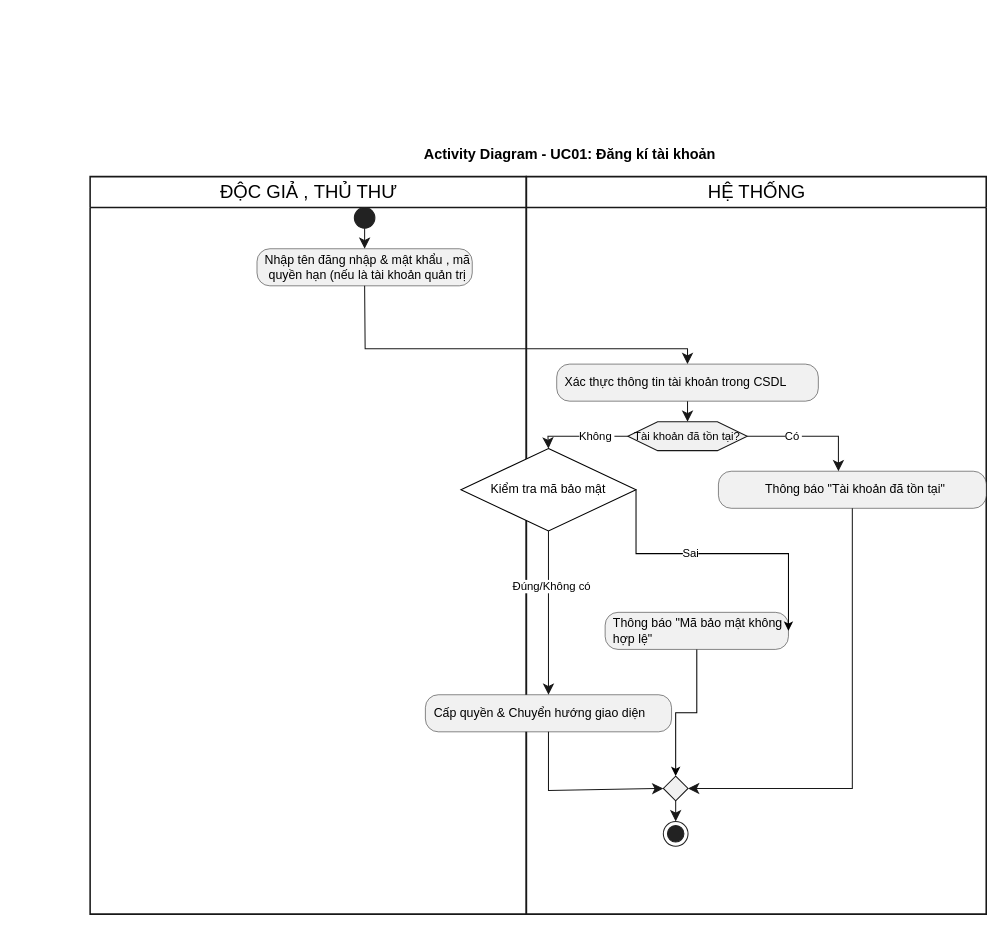
Before: page "uc1" (1 of 8) of LAB_OOSD/LAB2/Activity.drawio in NamHuynh147/OOSD, a draw.io diagram. Source tidied: cells renumbered, new cells numbered last; positions are measured from the earlier drawing's top-left corner, leaving out a move shared by most shapes. Both pictures are drawn from the tidied source at 103%, with x=0, y=0 at pixel (18, 18).
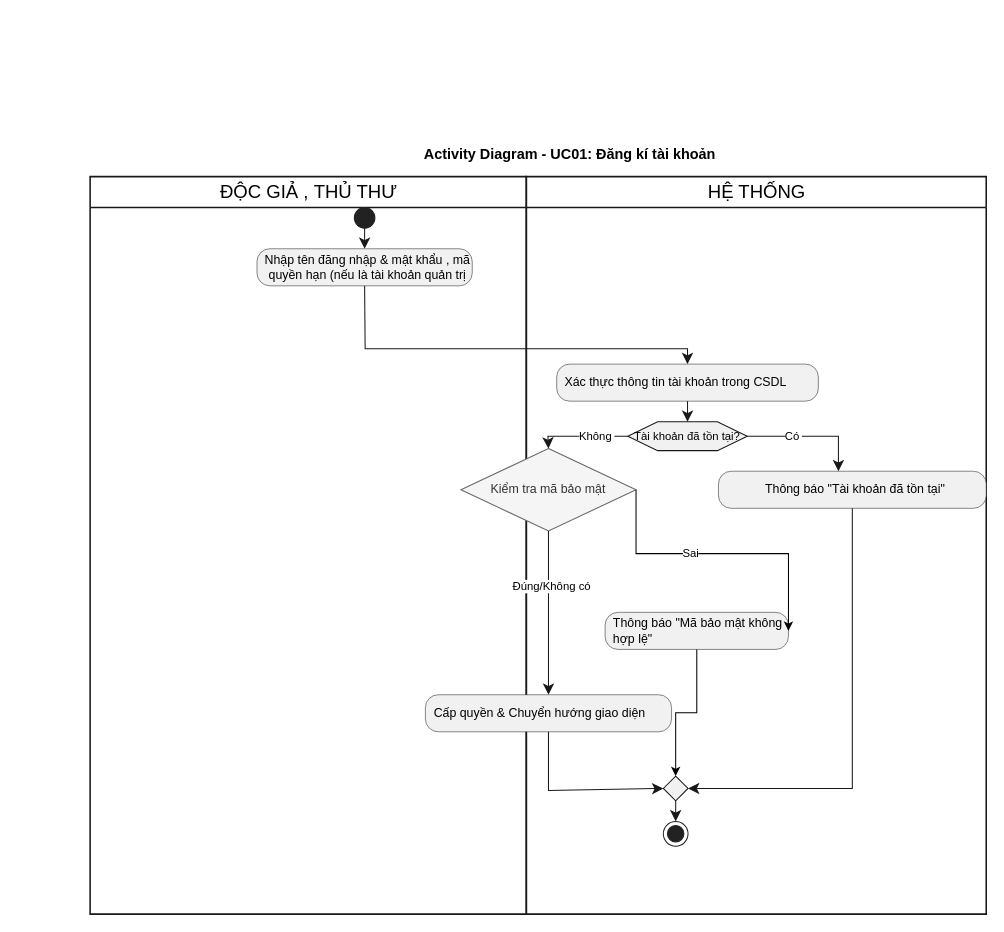
The same diagram, later.

Unchanged cells that the change refers to:
```xml
<mxCell id="4" value="HỆ THỐNG" style="swimlane;startSize=30;fillColor=none;swimlaneFillColor=none;strokeColor=#181818;strokeWidth=1.5;fontColor=#000000;fontSize=18;fontStyle=0;html=1;" parent="2" vertex="1">
  <mxGeometry x="493.5" y="154" width="446.5" height="716" as="geometry" />
</mxCell>
```

Change to the diagram source:
```diff
@@
-    <mxCell id="6" value="Kiểm tra mã bảo mật" style="rhombus;whiteSpace=wrap;html=1;shapeInside=1;" parent="4" vertex="1">
+    <mxCell id="6" value="Kiểm tra mã bảo mật" style="rhombus;whiteSpace=wrap;html=1;shapeInside=1;fillColor=#f5f5f5;fontColor=#333333;strokeColor=#666666;" parent="4" vertex="1">
       <mxGeometry x="-63.5" y="264" width="170" height="80" as="geometry" />
     </mxCell>
```
